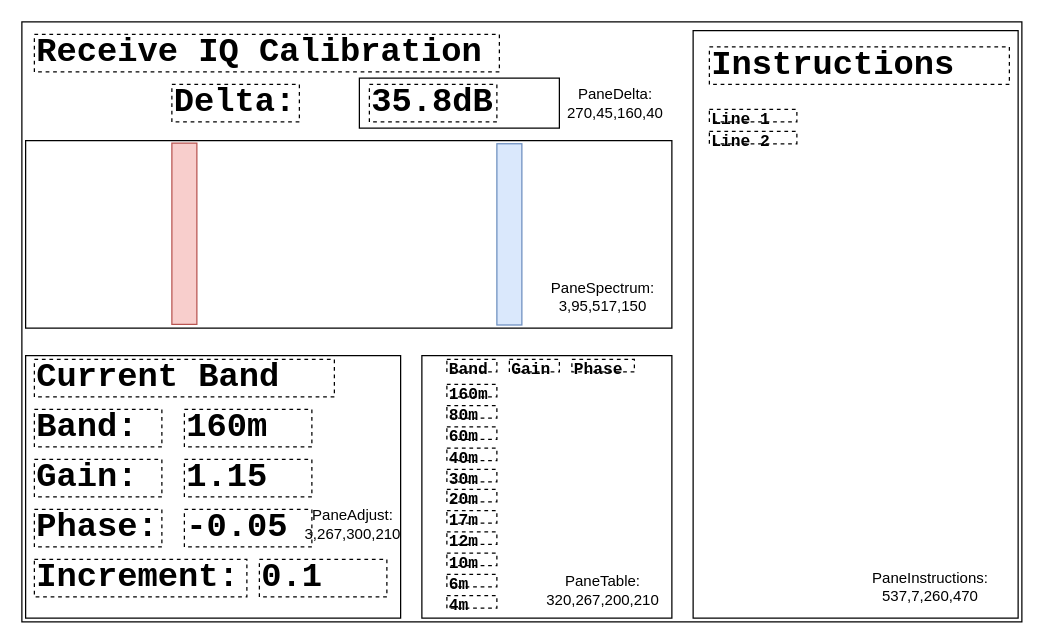
Earlier version of the draw.io diagram page "Receive IQ Cal" (2 of 2) of code/docs/window_panes.drawio (KI3P/Phoenix). Source tidied: cells renumbered, new cells numbered last; positions are measured from the earlier drawing's top-left corner, leaving out a move shared by most shapes. Both pictures are drawn from the tidied source at 125%, with x=0, y=0 at pixel (21, 21).
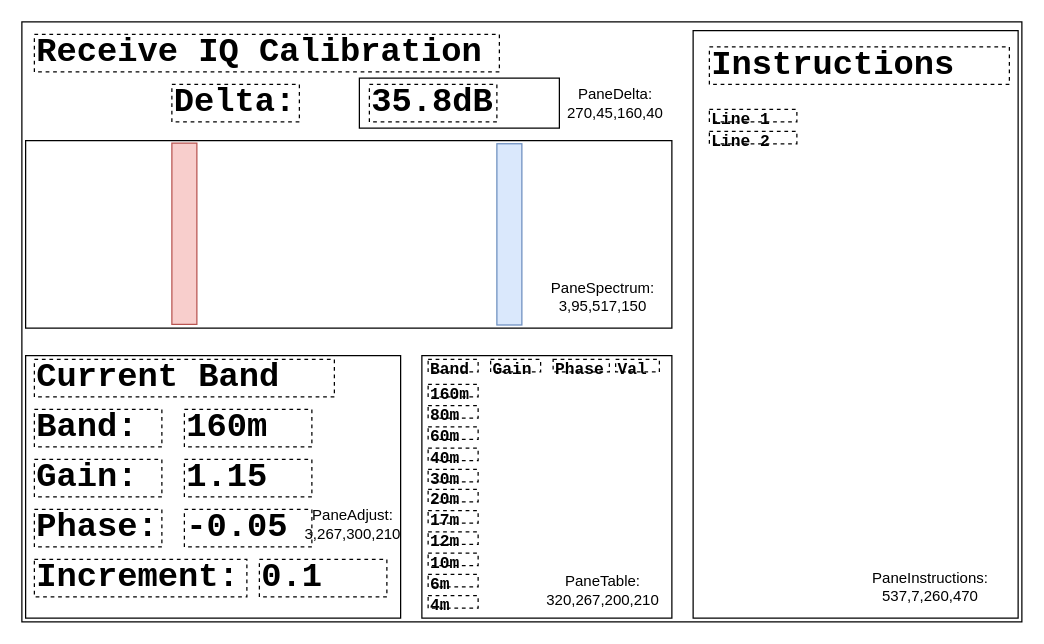
Above is the later version.

What changed in the source:
```diff
@@
     <mxCell id="21" value="&lt;font style=&quot;font-size: 13px;&quot;&gt;Band&lt;/font&gt;" style="rounded=0;whiteSpace=wrap;html=1;fontFamily=Courier New;fontSize=27;fontStyle=1;align=left;dashed=1;" parent="1" vertex="1">
-      <mxGeometry x="340" y="270" width="40" height="10" as="geometry" />
+      <mxGeometry x="325" y="270" width="40" height="10" as="geometry" />
     </mxCell>
     <mxCell id="22" value="&lt;font style=&quot;font-size: 13px;&quot;&gt;Gain&lt;/font&gt;" style="rounded=0;whiteSpace=wrap;html=1;fontFamily=Courier New;fontSize=27;fontStyle=1;align=left;dashed=1;" parent="1" vertex="1">
-      <mxGeometry x="390" y="270" width="40" height="10" as="geometry" />
+      <mxGeometry x="375" y="270" width="40" height="10" as="geometry" />
     </mxCell>
     <mxCell id="23" value="&lt;font style=&quot;font-size: 13px;&quot;&gt;Phase&lt;/font&gt;" style="rounded=0;whiteSpace=wrap;html=1;fontFamily=Courier New;fontSize=27;fontStyle=1;align=left;dashed=1;" parent="1" vertex="1">
-      <mxGeometry x="440" y="270" width="50" height="10" as="geometry" />
+      <mxGeometry x="425" y="270" width="45" height="10" as="geometry" />
     </mxCell>
     <mxCell id="24" value="&lt;font style=&quot;font-size: 13px;&quot;&gt;160m&lt;/font&gt;" style="rounded=0;whiteSpace=wrap;html=1;fontFamily=Courier New;fontSize=27;fontStyle=1;align=left;dashed=1;" parent="1" vertex="1">
-      <mxGeometry x="340" y="290" width="40" height="10" as="geometry" />
+      <mxGeometry x="325" y="290" width="40" height="10" as="geometry" />
     </mxCell>
     <mxCell id="25" value="&lt;font style=&quot;font-size: 13px;&quot;&gt;80m&lt;/font&gt;" style="rounded=0;whiteSpace=wrap;html=1;fontFamily=Courier New;fontSize=27;fontStyle=1;align=left;dashed=1;" parent="1" vertex="1">
-      <mxGeometry x="340" y="307" width="40" height="10" as="geometry" />
+      <mxGeometry x="325" y="307" width="40" height="10" as="geometry" />
     </mxCell>
     <mxCell id="26" value="&lt;font style=&quot;font-size: 13px;&quot;&gt;60m&lt;/font&gt;" style="rounded=0;whiteSpace=wrap;html=1;fontFamily=Courier New;fontSize=27;fontStyle=1;align=left;dashed=1;" parent="1" vertex="1">
-      <mxGeometry x="340" y="324" width="40" height="10" as="geometry" />
+      <mxGeometry x="325" y="324" width="40" height="10" as="geometry" />
     </mxCell>
     <mxCell id="27" value="&lt;font style=&quot;font-size: 13px;&quot;&gt;40m&lt;/font&gt;" style="rounded=0;whiteSpace=wrap;html=1;fontFamily=Courier New;fontSize=27;fontStyle=1;align=left;dashed=1;" parent="1" vertex="1">
-      <mxGeometry x="340" y="341" width="40" height="10" as="geometry" />
+      <mxGeometry x="325" y="341" width="40" height="10" as="geometry" />
     </mxCell>
     <mxCell id="28" value="&lt;font style=&quot;font-size: 13px;&quot;&gt;30m&lt;/font&gt;" style="rounded=0;whiteSpace=wrap;html=1;fontFamily=Courier New;fontSize=27;fontStyle=1;align=left;dashed=1;" parent="1" vertex="1">
-      <mxGeometry x="340" y="358" width="40" height="10" as="geometry" />
+      <mxGeometry x="325" y="358" width="40" height="10" as="geometry" />
     </mxCell>
     <mxCell id="29" value="&lt;font style=&quot;font-size: 13px;&quot;&gt;20m&lt;/font&gt;" style="rounded=0;whiteSpace=wrap;html=1;fontFamily=Courier New;fontSize=27;fontStyle=1;align=left;dashed=1;" parent="1" vertex="1">
-      <mxGeometry x="340" y="374" width="40" height="10" as="geometry" />
+      <mxGeometry x="325" y="374" width="40" height="10" as="geometry" />
     </mxCell>
     <mxCell id="30" value="&lt;font style=&quot;font-size: 13px;&quot;&gt;17m&lt;/font&gt;" style="rounded=0;whiteSpace=wrap;html=1;fontFamily=Courier New;fontSize=27;fontStyle=1;align=left;dashed=1;" parent="1" vertex="1">
-      <mxGeometry x="340" y="391" width="40" height="10" as="geometry" />
+      <mxGeometry x="325" y="391" width="40" height="10" as="geometry" />
     </mxCell>
     <mxCell id="31" value="&lt;font style=&quot;font-size: 13px;&quot;&gt;12m&lt;/font&gt;" style="rounded=0;whiteSpace=wrap;html=1;fontFamily=Courier New;fontSize=27;fontStyle=1;align=left;dashed=1;" parent="1" vertex="1">
-      <mxGeometry x="340" y="408" width="40" height="10" as="geometry" />
+      <mxGeometry x="325" y="408" width="40" height="10" as="geometry" />
     </mxCell>
     <mxCell id="32" value="&lt;font style=&quot;font-size: 13px;&quot;&gt;10m&lt;/font&gt;" style="rounded=0;whiteSpace=wrap;html=1;fontFamily=Courier New;fontSize=27;fontStyle=1;align=left;dashed=1;" parent="1" vertex="1">
-      <mxGeometry x="340" y="425" width="40" height="10" as="geometry" />
+      <mxGeometry x="325" y="425" width="40" height="10" as="geometry" />
     </mxCell>
     <mxCell id="33" value="&lt;font style=&quot;font-size: 13px;&quot;&gt;6m&lt;/font&gt;" style="rounded=0;whiteSpace=wrap;html=1;fontFamily=Courier New;fontSize=27;fontStyle=1;align=left;dashed=1;" parent="1" vertex="1">
-      <mxGeometry x="340" y="442" width="40" height="10" as="geometry" />
+      <mxGeometry x="325" y="442" width="40" height="10" as="geometry" />
     </mxCell>
     <mxCell id="34" value="&lt;font style=&quot;font-size: 13px;&quot;&gt;4m&lt;/font&gt;" style="rounded=0;whiteSpace=wrap;html=1;fontFamily=Courier New;fontSize=27;fontStyle=1;align=left;dashed=1;" parent="1" vertex="1">
-      <mxGeometry x="340" y="459" width="40" height="10" as="geometry" />
+      <mxGeometry x="325" y="459" width="40" height="10" as="geometry" />
     </mxCell>
@@
+    <mxCell id="44" value="&lt;font style=&quot;font-size: 13px;&quot;&gt;Val&lt;/font&gt;" style="rounded=0;whiteSpace=wrap;html=1;fontFamily=Courier New;fontSize=27;fontStyle=1;align=left;dashed=1;" parent="1" vertex="1">
+      <mxGeometry x="475" y="270" width="35" height="10" as="geometry" />
+    </mxCell>
```
